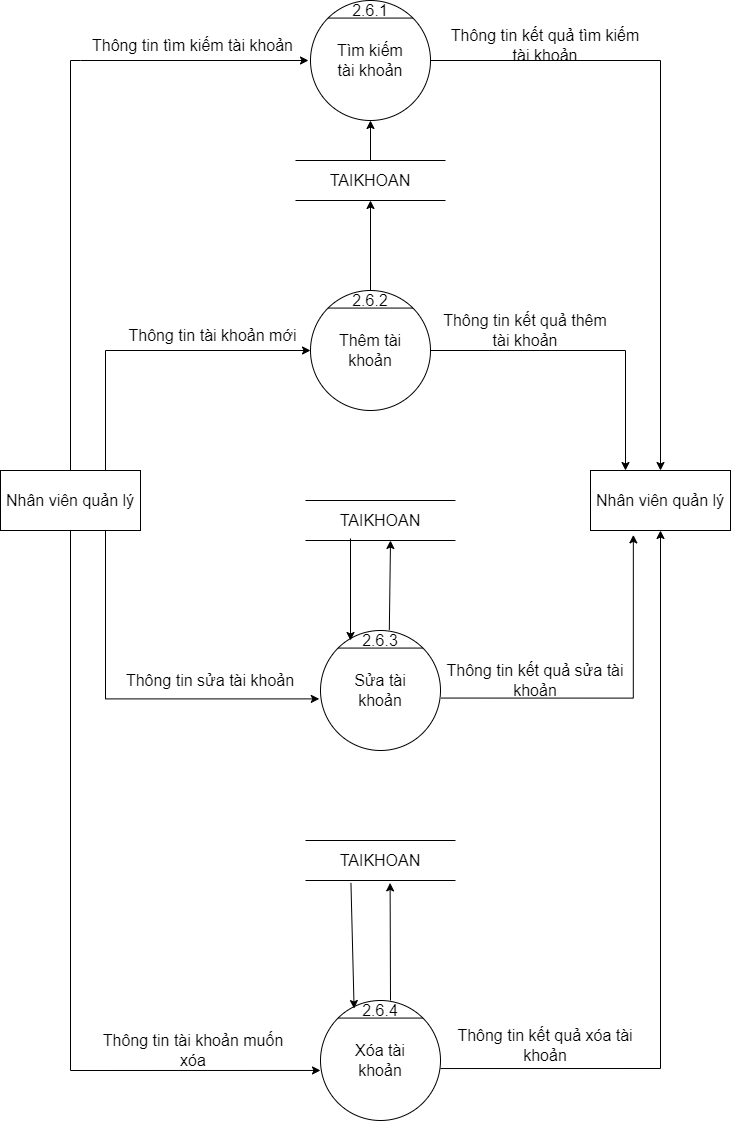
Earlier version of the draw.io export BFD&DFD/BFD&DFD mức 0, 1, 2, 3/DFD_2_Account.png (hungtadasuke/CoffeShop_SoftwareTechnology). Source tidied: cells renumbered, new cells last; positions are measured from the earlier drawing's top-left corner, leaving out a move shared by most shapes. Its diagram source:
```xml
<mxGraphModel>
  <root>
    <mxCell id="0" />
    <mxCell id="1" parent="0" />
    <mxCell id="2" style="ellipse;whiteSpace=wrap;html=1;fontSize=16;" parent="1" vertex="1">
      <mxGeometry x="310" width="120" height="120" as="geometry" />
    </mxCell>
    <mxCell id="3" style="endArrow=none;html=1;rounded=0;exitX=0;exitY=0;exitDx=0;exitDy=0;entryX=1;entryY=0;entryDx=0;entryDy=0;fontSize=16;" parent="1" edge="1" source="2" target="2">
      <mxGeometry relative="1" as="geometry" />
    </mxCell>
    <mxCell id="4" value="Tìm kiếm tài khoản" style="text;html=1;strokeColor=none;fillColor=none;align=center;verticalAlign=middle;whiteSpace=wrap;rounded=0;fontSize=16;" parent="1" vertex="1">
      <mxGeometry x="330" y="45" width="80" height="30" as="geometry" />
    </mxCell>
    <mxCell id="5" style="ellipse;whiteSpace=wrap;html=1;fontSize=16;" parent="1" vertex="1">
      <mxGeometry x="310" y="290" width="120" height="120" as="geometry" />
    </mxCell>
    <mxCell id="6" style="endArrow=none;html=1;rounded=0;exitX=0;exitY=0;exitDx=0;exitDy=0;entryX=1;entryY=0;entryDx=0;entryDy=0;fontSize=16;" parent="1" edge="1" source="5" target="5">
      <mxGeometry relative="1" as="geometry" />
    </mxCell>
    <mxCell id="7" value="&lt;font style=&quot;font-size: 16px&quot;&gt;Thêm tài khoản&lt;/font&gt;" style="text;html=1;strokeColor=none;fillColor=none;align=center;verticalAlign=middle;whiteSpace=wrap;rounded=0;fontSize=16;" parent="1" vertex="1">
      <mxGeometry x="330" y="335" width="80" height="30" as="geometry" />
    </mxCell>
    <mxCell id="8" style="ellipse;whiteSpace=wrap;html=1;fontSize=16;" parent="1" vertex="1">
      <mxGeometry x="320" y="630" width="120" height="120" as="geometry" />
    </mxCell>
    <mxCell id="9" style="endArrow=none;html=1;rounded=0;exitX=0;exitY=0;exitDx=0;exitDy=0;entryX=1;entryY=0;entryDx=0;entryDy=0;fontSize=16;" parent="1" edge="1" source="8" target="8">
      <mxGeometry relative="1" as="geometry" />
    </mxCell>
    <mxCell id="10" value="&lt;font style=&quot;font-size: 16px&quot;&gt;Sửa tài khoản&lt;/font&gt;" style="text;html=1;strokeColor=none;fillColor=none;align=center;verticalAlign=middle;whiteSpace=wrap;rounded=0;fontSize=16;" parent="1" vertex="1">
      <mxGeometry x="340" y="675" width="80" height="30" as="geometry" />
    </mxCell>
    <mxCell id="11" value="Nhân viên quản lý" style="rounded=0;whiteSpace=wrap;html=1;fontSize=16;" parent="1" vertex="1">
      <mxGeometry y="470" width="140" height="60" as="geometry" />
    </mxCell>
    <mxCell id="12" value="Nhân viên quản lý" style="rounded=0;whiteSpace=wrap;html=1;fontSize=16;" parent="1" vertex="1">
      <mxGeometry x="590" y="470" width="140" height="60" as="geometry" />
    </mxCell>
    <mxCell id="13" value="&lt;font style=&quot;font-size: 16px&quot;&gt;2.6.1&lt;/font&gt;" style="text;html=1;strokeColor=none;fillColor=none;align=center;verticalAlign=middle;whiteSpace=wrap;rounded=0;" parent="1" vertex="1">
      <mxGeometry x="340" width="60" height="20" as="geometry" />
    </mxCell>
    <mxCell id="14" value="&lt;font style=&quot;font-size: 16px&quot;&gt;2.6.2&lt;/font&gt;" style="text;html=1;strokeColor=none;fillColor=none;align=center;verticalAlign=middle;whiteSpace=wrap;rounded=0;" parent="1" vertex="1">
      <mxGeometry x="350" y="290" width="40" height="20" as="geometry" />
    </mxCell>
    <mxCell id="15" value="&lt;font style=&quot;font-size: 16px&quot;&gt;2.6.3&lt;/font&gt;" style="text;html=1;strokeColor=none;fillColor=none;align=center;verticalAlign=middle;whiteSpace=wrap;rounded=0;" parent="1" vertex="1">
      <mxGeometry x="350" y="630" width="60" height="20" as="geometry" />
    </mxCell>
    <mxCell id="16" style="edgeStyle=segmentEdgeStyle;endArrow=classic;html=1;rounded=0;fontSize=16;exitX=0.5;exitY=0;exitDx=0;exitDy=0;" parent="1" edge="1" source="11">
      <mxGeometry relative="1" as="geometry">
        <mxPoint x="308" y="60" as="targetPoint" />
        <Array as="points">
          <mxPoint x="80" y="60" />
          <mxPoint x="308" y="60" />
        </Array>
      </mxGeometry>
    </mxCell>
    <mxCell id="17" style="edgeStyle=segmentEdgeStyle;endArrow=classic;html=1;rounded=0;fontSize=16;exitX=0.75;exitY=1;exitDx=0;exitDy=0;entryX=-0.01;entryY=0.57;entryDx=0;entryDy=0;entryPerimeter=0;" parent="1" edge="1" source="11" target="8">
      <mxGeometry relative="1" as="geometry">
        <Array as="points">
          <mxPoint x="105" y="698" />
        </Array>
      </mxGeometry>
    </mxCell>
    <mxCell id="18" style="edgeStyle=segmentEdgeStyle;endArrow=classic;html=1;rounded=0;fontSize=16;exitX=1;exitY=0.5;exitDx=0;exitDy=0;entryX=0.5;entryY=0;entryDx=0;entryDy=0;" parent="1" edge="1" source="2" target="12">
      <mxGeometry relative="1" as="geometry">
        <Array as="points">
          <mxPoint x="660" y="60" />
        </Array>
      </mxGeometry>
    </mxCell>
    <mxCell id="19" style="edgeStyle=segmentEdgeStyle;endArrow=classic;html=1;rounded=0;fontSize=16;exitX=1.007;exitY=0.563;exitDx=0;exitDy=0;exitPerimeter=0;entryX=0.306;entryY=1.073;entryDx=0;entryDy=0;entryPerimeter=0;" parent="1" edge="1" source="8" target="12">
      <mxGeometry relative="1" as="geometry" />
    </mxCell>
    <mxCell id="20" value="TAIKHOAN" style="shape=partialRectangle;whiteSpace=wrap;html=1;left=0;right=0;fillColor=none;fontSize=16;" parent="1" vertex="1">
      <mxGeometry x="295" y="160" width="150" height="40" as="geometry" />
    </mxCell>
    <mxCell id="21" value="Thông tin tìm kiếm tài khoản" style="text;html=1;strokeColor=none;fillColor=none;align=center;verticalAlign=middle;whiteSpace=wrap;rounded=0;fontSize=16;" parent="1" vertex="1">
      <mxGeometry x="80" y="30" width="225" height="30" as="geometry" />
    </mxCell>
    <mxCell id="22" value="Thông tin kết quả tìm kiếm tài khoản" style="text;html=1;strokeColor=none;fillColor=none;align=center;verticalAlign=middle;whiteSpace=wrap;rounded=0;fontSize=16;" parent="1" vertex="1">
      <mxGeometry x="440" y="30" width="210" height="30" as="geometry" />
    </mxCell>
    <mxCell id="23" value="TAIKHOAN" style="shape=partialRectangle;whiteSpace=wrap;html=1;left=0;right=0;fillColor=none;fontSize=16;" parent="1" vertex="1">
      <mxGeometry x="305" y="500" width="150" height="40" as="geometry" />
    </mxCell>
    <mxCell id="24" style="endArrow=classic;html=1;rounded=0;fontSize=16;entryX=0.5;entryY=1;entryDx=0;entryDy=0;exitX=0.5;exitY=0;exitDx=0;exitDy=0;" parent="1" edge="1" source="20" target="2">
      <mxGeometry relative="1" as="geometry" />
    </mxCell>
    <mxCell id="25" style="endArrow=classic;html=1;rounded=0;fontSize=16;exitX=0.5;exitY=0;exitDx=0;exitDy=0;entryX=0.5;entryY=1;entryDx=0;entryDy=0;" parent="1" edge="1" source="14" target="20">
      <mxGeometry relative="1" as="geometry" />
    </mxCell>
    <mxCell id="26" style="endArrow=classic;html=1;rounded=0;fontSize=16;entryX=0.362;entryY=1.004;entryDx=0;entryDy=0;entryPerimeter=0;exitX=0.647;exitY=-0.02;exitDx=0;exitDy=0;exitPerimeter=0;" parent="1" edge="1" source="15">
      <mxGeometry relative="1" as="geometry">
        <mxPoint x="390" y="540" as="targetPoint" />
      </mxGeometry>
    </mxCell>
    <mxCell id="27" style="endArrow=classic;html=1;rounded=0;fontSize=16;entryX=0;entryY=0.5;entryDx=0;entryDy=0;" parent="1" edge="1" target="15">
      <mxGeometry relative="1" as="geometry">
        <mxPoint x="350" y="538" as="sourcePoint" />
      </mxGeometry>
    </mxCell>
    <mxCell id="28" value="Thông tin tài khoản mới" style="text;html=1;strokeColor=none;fillColor=none;align=center;verticalAlign=middle;whiteSpace=wrap;rounded=0;fontSize=16;" parent="1" vertex="1">
      <mxGeometry x="115" y="320" width="195" height="30" as="geometry" />
    </mxCell>
    <mxCell id="29" value="Thông tin kết quả thêm tài khoản" style="text;html=1;strokeColor=none;fillColor=none;align=center;verticalAlign=middle;whiteSpace=wrap;rounded=0;fontSize=16;" parent="1" vertex="1">
      <mxGeometry x="440" y="310" width="170" height="40" as="geometry" />
    </mxCell>
    <mxCell id="30" style="edgeStyle=orthogonalEdgeStyle;rounded=0;orthogonalLoop=1;jettySize=auto;html=1;exitX=0.5;exitY=1;exitDx=0;exitDy=0;fontSize=16;" parent="1" edge="1" source="29" target="29">
      <mxGeometry relative="1" as="geometry" />
    </mxCell>
    <mxCell id="31" value="Thông tin sửa tài khoản" style="text;html=1;strokeColor=none;fillColor=none;align=center;verticalAlign=middle;whiteSpace=wrap;rounded=0;fontSize=16;" parent="1" vertex="1">
      <mxGeometry x="115" y="665" width="190" height="30" as="geometry" />
    </mxCell>
    <mxCell id="32" value="Thông tin kết quả sửa tài khoản" style="text;html=1;strokeColor=none;fillColor=none;align=center;verticalAlign=middle;whiteSpace=wrap;rounded=0;fontSize=16;" parent="1" vertex="1">
      <mxGeometry x="445" y="660" width="180" height="40" as="geometry" />
    </mxCell>
    <mxCell id="33" style="ellipse;whiteSpace=wrap;html=1;fontSize=16;" parent="1" vertex="1">
      <mxGeometry x="320" y="1000" width="120" height="120" as="geometry" />
    </mxCell>
    <mxCell id="34" style="endArrow=none;html=1;rounded=0;exitX=0;exitY=0;exitDx=0;exitDy=0;entryX=1;entryY=0;entryDx=0;entryDy=0;fontSize=16;" parent="1" edge="1" source="33" target="33">
      <mxGeometry relative="1" as="geometry" />
    </mxCell>
    <mxCell id="35" value="&lt;font style=&quot;font-size: 16px&quot;&gt;Xóa tài khoản&lt;/font&gt;" style="text;html=1;strokeColor=none;fillColor=none;align=center;verticalAlign=middle;whiteSpace=wrap;rounded=0;fontSize=16;" parent="1" vertex="1">
      <mxGeometry x="340" y="1045" width="80" height="30" as="geometry" />
    </mxCell>
    <mxCell id="36" value="&lt;font style=&quot;font-size: 16px&quot;&gt;2.6.4&lt;/font&gt;" style="text;html=1;strokeColor=none;fillColor=none;align=center;verticalAlign=middle;whiteSpace=wrap;rounded=0;" parent="1" vertex="1">
      <mxGeometry x="360" y="1000" width="40" height="20" as="geometry" />
    </mxCell>
    <mxCell id="37" style="edgeStyle=segmentEdgeStyle;endArrow=classic;html=1;rounded=0;exitX=0.75;exitY=0;exitDx=0;exitDy=0;entryX=0;entryY=0.5;entryDx=0;entryDy=0;" parent="1" edge="1" source="11" target="5">
      <mxGeometry relative="1" as="geometry">
        <Array as="points">
          <mxPoint x="105" y="350" />
        </Array>
      </mxGeometry>
    </mxCell>
    <mxCell id="38" style="edgeStyle=segmentEdgeStyle;endArrow=classic;html=1;rounded=0;exitX=1;exitY=0.5;exitDx=0;exitDy=0;entryX=0.25;entryY=0;entryDx=0;entryDy=0;" parent="1" edge="1" source="5" target="12">
      <mxGeometry relative="1" as="geometry" />
    </mxCell>
    <mxCell id="39" value="TAIKHOAN" style="shape=partialRectangle;whiteSpace=wrap;html=1;left=0;right=0;fillColor=none;fontSize=16;" parent="1" vertex="1">
      <mxGeometry x="305" y="840" width="150" height="40" as="geometry" />
    </mxCell>
    <mxCell id="40" style="endArrow=classic;html=1;rounded=0;fontSize=16;exitX=0.303;exitY=1.06;exitDx=0;exitDy=0;exitPerimeter=0;entryX=0.28;entryY=0.067;entryDx=0;entryDy=0;entryPerimeter=0;" parent="1" edge="1" source="39" target="33">
      <mxGeometry relative="1" as="geometry" />
    </mxCell>
    <mxCell id="41" style="endArrow=classic;html=1;rounded=0;fontSize=16;exitX=0.75;exitY=0;exitDx=0;exitDy=0;entryX=0.564;entryY=1.06;entryDx=0;entryDy=0;entryPerimeter=0;" parent="1" edge="1" source="36" target="39">
      <mxGeometry relative="1" as="geometry" />
    </mxCell>
    <mxCell id="42" style="edgeStyle=segmentEdgeStyle;endArrow=classic;html=1;rounded=0;exitX=0.5;exitY=1;exitDx=0;exitDy=0;entryX=0;entryY=0.583;entryDx=0;entryDy=0;entryPerimeter=0;" parent="1" edge="1" source="11" target="33">
      <mxGeometry relative="1" as="geometry">
        <Array as="points">
          <mxPoint x="70" y="1070" />
        </Array>
      </mxGeometry>
    </mxCell>
    <mxCell id="43" style="edgeStyle=segmentEdgeStyle;endArrow=classic;html=1;rounded=0;exitX=1;exitY=0.567;exitDx=0;exitDy=0;exitPerimeter=0;entryX=0.5;entryY=1;entryDx=0;entryDy=0;" parent="1" edge="1" source="33" target="12">
      <mxGeometry relative="1" as="geometry" />
    </mxCell>
    <mxCell id="44" value="Thông tin tài khoản muốn xóa" style="text;html=1;strokeColor=none;fillColor=none;align=center;verticalAlign=middle;whiteSpace=wrap;rounded=0;fontSize=16;" parent="1" vertex="1">
      <mxGeometry x="97.5" y="1030" width="190" height="40" as="geometry" />
    </mxCell>
    <mxCell id="45" value="Thông tin kết quả xóa tài khoản" style="text;html=1;strokeColor=none;fillColor=none;align=center;verticalAlign=middle;whiteSpace=wrap;rounded=0;fontSize=16;" parent="1" vertex="1">
      <mxGeometry x="455" y="1020" width="180" height="50" as="geometry" />
    </mxCell>
  </root>
</mxGraphModel>
```
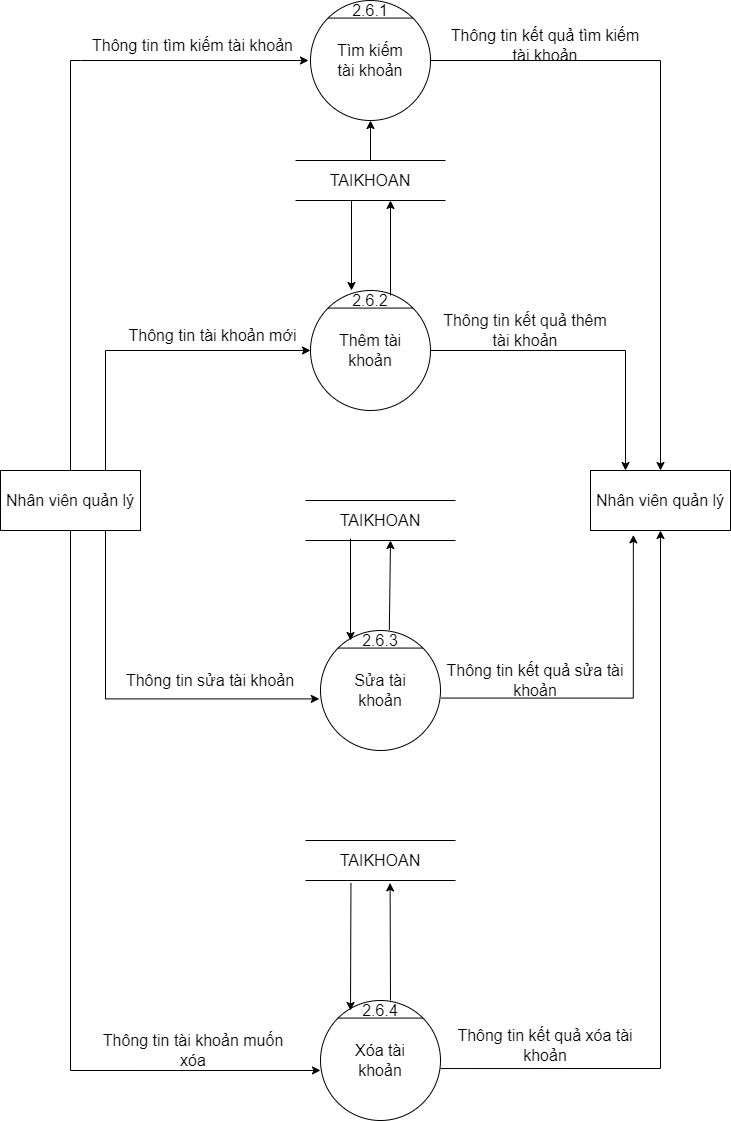
After the commit.

The edit, as a diff of the source:
```diff
@@ -85,8 +85,11 @@
     <mxCell id="24" style="endArrow=classic;html=1;rounded=0;fontSize=16;entryX=0.5;entryY=1;entryDx=0;entryDy=0;exitX=0.5;exitY=0;exitDx=0;exitDy=0;" parent="1" edge="1" source="20" target="2">
       <mxGeometry relative="1" as="geometry" />
     </mxCell>
-    <mxCell id="25" style="endArrow=classic;html=1;rounded=0;fontSize=16;exitX=0.5;exitY=0;exitDx=0;exitDy=0;entryX=0.5;entryY=1;entryDx=0;entryDy=0;" parent="1" edge="1" source="14" target="20">
-      <mxGeometry relative="1" as="geometry" />
+    <mxCell id="25" style="endArrow=classic;html=1;rounded=0;fontSize=16;" parent="1" edge="1">
+      <mxGeometry relative="1" as="geometry">
+        <mxPoint x="351" y="200" as="sourcePoint" />
+        <mxPoint x="351" y="290" as="targetPoint" />
+      </mxGeometry>
     </mxCell>
     <mxCell id="26" style="endArrow=classic;html=1;rounded=0;fontSize=16;entryX=0.362;entryY=1.004;entryDx=0;entryDy=0;entryPerimeter=0;exitX=0.647;exitY=-0.02;exitDx=0;exitDy=0;exitPerimeter=0;" parent="1" edge="1" source="15">
       <mxGeometry relative="1" as="geometry">
@@ -138,8 +141,10 @@
     <mxCell id="39" value="TAIKHOAN" style="shape=partialRectangle;whiteSpace=wrap;html=1;left=0;right=0;fillColor=none;fontSize=16;" parent="1" vertex="1">
       <mxGeometry x="305" y="840" width="150" height="40" as="geometry" />
     </mxCell>
-    <mxCell id="40" style="endArrow=classic;html=1;rounded=0;fontSize=16;exitX=0.303;exitY=1.06;exitDx=0;exitDy=0;exitPerimeter=0;entryX=0.28;entryY=0.067;entryDx=0;entryDy=0;entryPerimeter=0;" parent="1" edge="1" source="39" target="33">
-      <mxGeometry relative="1" as="geometry" />
+    <mxCell id="40" style="endArrow=classic;html=1;rounded=0;fontSize=16;exitX=0.303;exitY=1.06;exitDx=0;exitDy=0;exitPerimeter=0;" parent="1" edge="1" source="39">
+      <mxGeometry relative="1" as="geometry">
+        <mxPoint x="350" y="1010" as="targetPoint" />
+      </mxGeometry>
     </mxCell>
     <mxCell id="41" style="endArrow=classic;html=1;rounded=0;fontSize=16;exitX=0.75;exitY=0;exitDx=0;exitDy=0;entryX=0.564;entryY=1.06;entryDx=0;entryDy=0;entryPerimeter=0;" parent="1" edge="1" source="36" target="39">
       <mxGeometry relative="1" as="geometry" />
@@ -160,5 +165,10 @@
     <mxCell id="45" value="Thông tin kết quả xóa tài khoản" style="text;html=1;strokeColor=none;fillColor=none;align=center;verticalAlign=middle;whiteSpace=wrap;rounded=0;fontSize=16;" parent="1" vertex="1">
       <mxGeometry x="455" y="1020" width="180" height="50" as="geometry" />
     </mxCell>
+    <mxCell id="46" style="endArrow=classic;html=1;rounded=0;fontSize=16;entryX=0.5;entryY=1;entryDx=0;entryDy=0;exitX=1;exitY=0.25;exitDx=0;exitDy=0;" parent="1" edge="1" source="14">
+      <mxGeometry relative="1" as="geometry">
+        <mxPoint x="390" y="200" as="targetPoint" />
+      </mxGeometry>
+    </mxCell>
   </root>
 </mxGraphModel>
```
